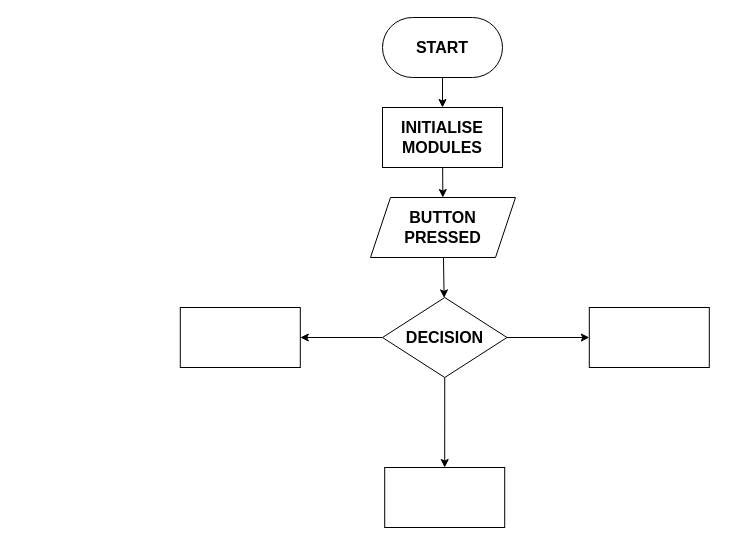
Earlier version of the draw.io diagram lemonadestand_flowchart.drawio (MAL-12DGT-2025/tkinter-projects-DynastyAstyn). Source tidied: cells renumbered, new cells numbered last; positions are measured from the earlier drawing's top-left corner, leaving out a move shared by most shapes. Both pictures are drawn from the tidied source at 100%, with x=0, y=0 at pixel (180, 17).
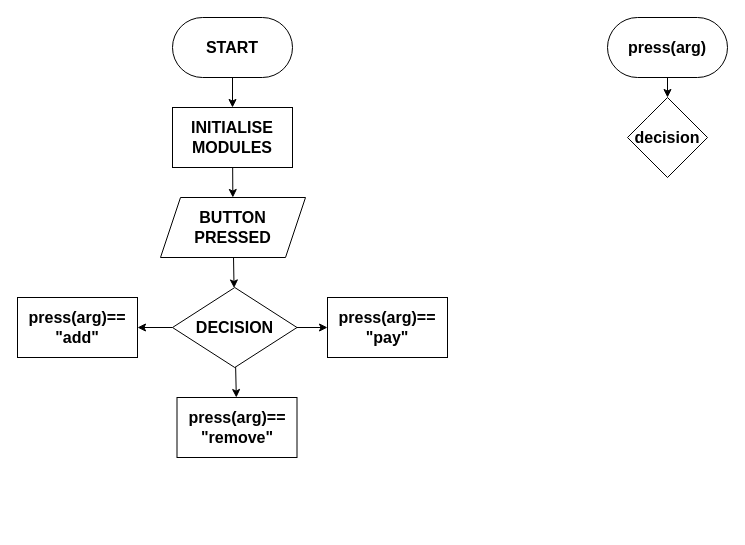
Above is the later version.

The edit, as a diff of the source:
```diff
@@
 <mxGraphModel>
   <root>
     <mxCell id="0" />
     <mxCell id="1" parent="0" />
     <mxCell id="2" style="edgeStyle=none;html=1;exitX=0.5;exitY=1;exitDx=0;exitDy=0;entryX=0.5;entryY=0;entryDx=0;entryDy=0;" parent="1" edge="1" source="3" target="5">
       <mxGeometry relative="1" as="geometry" />
     </mxCell>
     <mxCell id="3" value="START" style="rounded=1;whiteSpace=wrap;html=1;arcSize=50;strokeWidth=1;fontSize=16;fontStyle=1;" parent="1" vertex="1">
-      <mxGeometry x="202" width="120" height="60" as="geometry" />
+      <mxGeometry x="-8" width="120" height="60" as="geometry" />
     </mxCell>
     <mxCell id="4" style="edgeStyle=none;html=1;" parent="1" edge="1" source="5" target="7">
       <mxGeometry relative="1" as="geometry" />
     </mxCell>
     <mxCell id="5" value="&lt;font&gt;&lt;span&gt;INITIALISE&lt;/span&gt;&lt;/font&gt;&lt;div&gt;&lt;font&gt;&lt;span&gt;MODULES&lt;/span&gt;&lt;/font&gt;&lt;/div&gt;" style="rounded=0;whiteSpace=wrap;html=1;fontSize=16;fontStyle=1;" parent="1" vertex="1">
-      <mxGeometry x="202" y="90" width="120" height="60" as="geometry" />
+      <mxGeometry x="-8" y="90" width="120" height="60" as="geometry" />
     </mxCell>
     <mxCell id="6" style="edgeStyle=none;html=1;" parent="1" edge="1" source="7" target="11">
       <mxGeometry relative="1" as="geometry" />
     </mxCell>
     <mxCell id="7" value="&lt;b&gt;BUTTON PRESSED&lt;/b&gt;" style="shape=parallelogram;perimeter=parallelogramPerimeter;whiteSpace=wrap;html=1;fixedSize=1;fontSize=16;rounded=0;fontStyle=0;" parent="1" vertex="1">
-      <mxGeometry x="190" y="180" width="145" height="60" as="geometry" />
+      <mxGeometry x="-20" y="180" width="145" height="60" as="geometry" />
     </mxCell>
     <mxCell id="8" style="edgeStyle=none;html=1;" parent="1" edge="1" source="11" target="12">
       <mxGeometry relative="1" as="geometry" />
     </mxCell>
     <mxCell id="9" style="edgeStyle=none;html=1;" parent="1" edge="1" source="11" target="13">
       <mxGeometry relative="1" as="geometry" />
     </mxCell>
     <mxCell id="10" style="edgeStyle=none;html=1;" parent="1" edge="1" source="11" target="14">
       <mxGeometry relative="1" as="geometry" />
     </mxCell>
     <mxCell id="11" value="&lt;b&gt;DECISION&lt;/b&gt;" style="rhombus;whiteSpace=wrap;html=1;fontSize=16;rounded=0;fontStyle=0;" parent="1" vertex="1">
-      <mxGeometry x="202" y="280" width="124.5" height="80" as="geometry" />
+      <mxGeometry x="-8" y="270" width="124.5" height="80" as="geometry" />
     </mxCell>
-    <mxCell id="12" style="whiteSpace=wrap;html=1;fontSize=16;rounded=0;fontStyle=0;" parent="1" vertex="1">
-      <mxGeometry x="-0.2" y="290" width="120" height="60" as="geometry" />
+    <mxCell id="12" value="&lt;b&gt;press(arg)== &quot;add&quot;&lt;/b&gt;" style="whiteSpace=wrap;html=1;fontSize=16;rounded=0;fontStyle=0;" parent="1" vertex="1">
+      <mxGeometry x="-163" y="280" width="120" height="60" as="geometry" />
     </mxCell>
-    <mxCell id="13" style="whiteSpace=wrap;html=1;fontSize=16;rounded=0;fontStyle=0;" parent="1" vertex="1">
-      <mxGeometry x="408.8" y="290" width="120" height="60" as="geometry" />
+    <mxCell id="13" value="&lt;b style=&quot;color: rgb(0, 0, 0);&quot;&gt;press(arg)== &quot;pay&quot;&lt;/b&gt;" style="whiteSpace=wrap;html=1;fontSize=16;rounded=0;fontStyle=0;" parent="1" vertex="1">
+      <mxGeometry x="147" y="280" width="120" height="60" as="geometry" />
     </mxCell>
-    <mxCell id="14" style="whiteSpace=wrap;html=1;fontSize=16;rounded=0;fontStyle=0;" parent="1" vertex="1">
-      <mxGeometry x="204.2" y="450" width="120" height="60" as="geometry" />
+    <mxCell id="14" value="&lt;b style=&quot;color: rgb(0, 0, 0);&quot;&gt;press(arg)== &quot;remove&quot;&lt;/b&gt;" style="whiteSpace=wrap;html=1;fontSize=16;rounded=0;fontStyle=0;" parent="1" vertex="1">
+      <mxGeometry x="-3.5" y="380" width="120" height="60" as="geometry" />
     </mxCell>
+    <mxCell id="15" style="edgeStyle=none;html=1;" parent="1" edge="1" source="16" target="17">
+      <mxGeometry relative="1" as="geometry" />
+    </mxCell>
+    <mxCell id="16" value="press(arg)" style="rounded=1;whiteSpace=wrap;html=1;arcSize=50;strokeWidth=1;fontSize=16;fontStyle=1;" parent="1" vertex="1">
+      <mxGeometry x="427" width="120" height="60" as="geometry" />
+    </mxCell>
+    <mxCell id="17" value="decision" style="rhombus;whiteSpace=wrap;html=1;fontSize=16;rounded=1;arcSize=0;strokeWidth=1;fontStyle=1;" parent="1" vertex="1">
+      <mxGeometry x="447" y="80" width="80" height="80" as="geometry" />
+    </mxCell>
   </root>
 </mxGraphModel>
```
